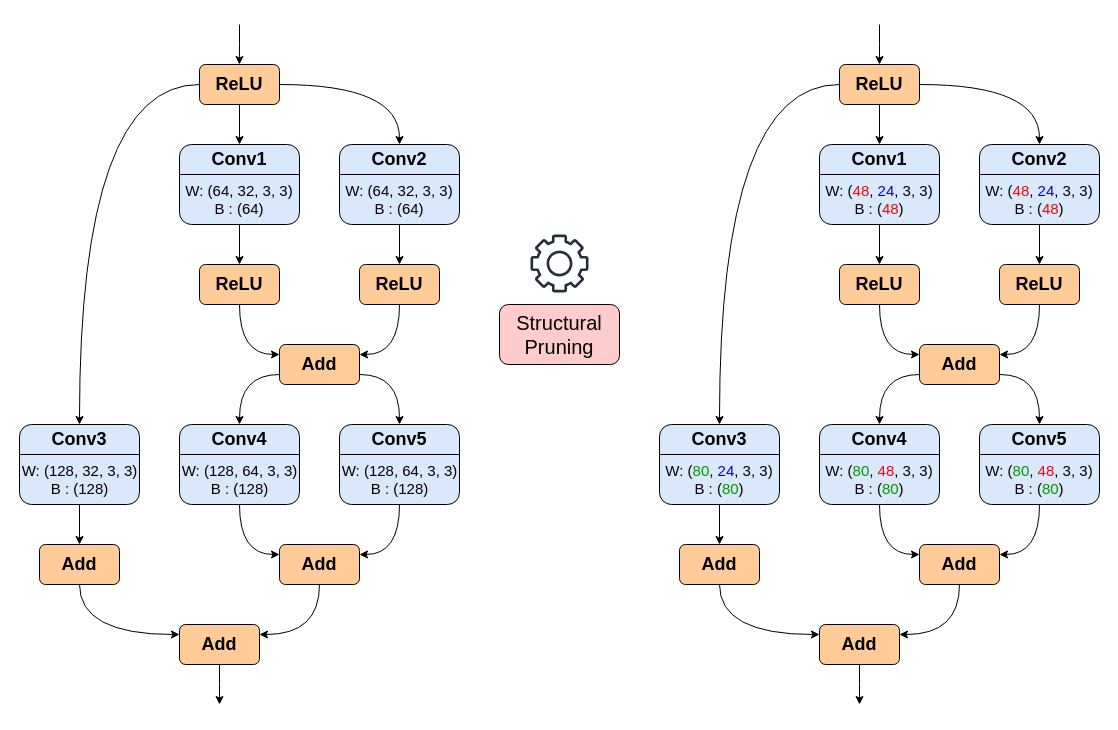
The draw.io diagram OTO.drawio in hoangtv2000/document-collection, before the edit. Source tidied: cells renumbered, new cells numbered last; positions are measured from the earlier drawing's top-left corner, leaving out a move shared by most shapes. Both pictures are drawn from the tidied source at 100%, with x=0, y=0 at pixel (17, 24).
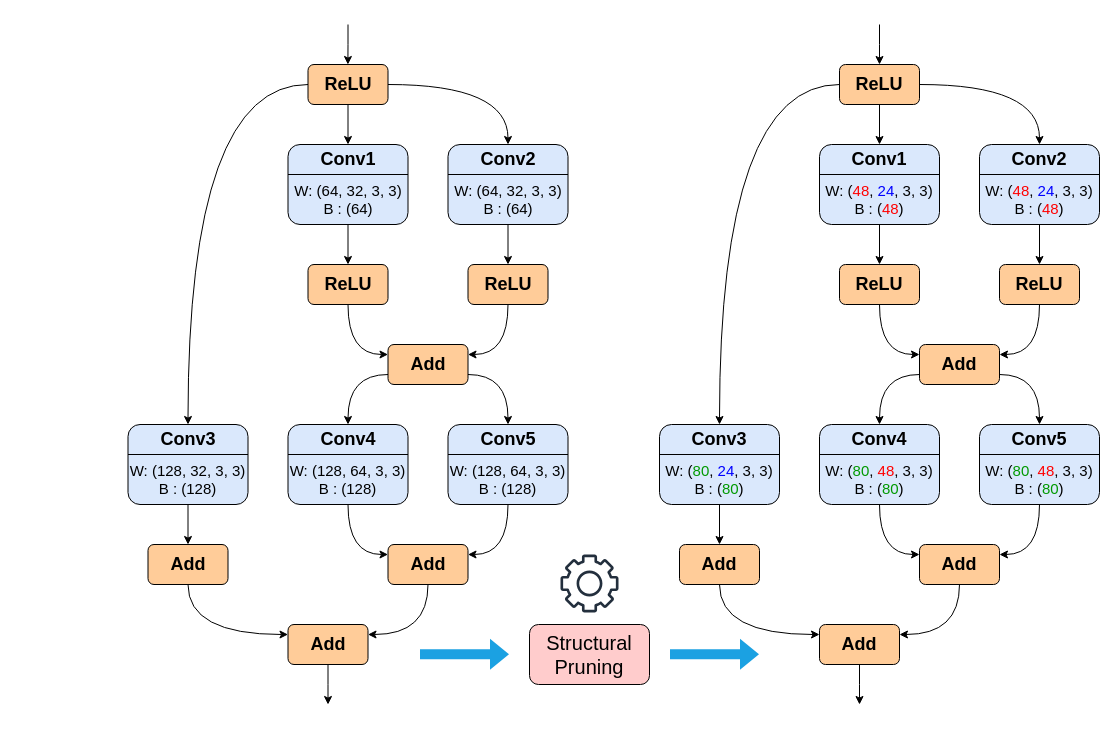
The same diagram, later.

The edit, as a diff of the source:
```diff
@@
     <mxCell id="5" value="&lt;b&gt;&lt;font style=&quot;font-size: 18px;&quot;&gt;ReLU&lt;/font&gt;&lt;/b&gt;" style="rounded=1;whiteSpace=wrap;html=1;fillColor=#ffcc99;strokeColor=default;" parent="1" vertex="1">
-      <mxGeometry x="182" y="40" width="80" height="40" as="geometry" />
+      <mxGeometry x="290.5" y="40" width="80" height="40" as="geometry" />
     </mxCell>
@@
     <mxCell id="7" value="&lt;font style=&quot;font-size: 18px;&quot;&gt;&lt;b&gt;Conv1&lt;/b&gt;&lt;/font&gt;" style="rounded=1;whiteSpace=wrap;html=1;labelPosition=center;verticalLabelPosition=middle;align=center;verticalAlign=top;spacing=0;fillColor=#dae8fc;strokeColor=default;" parent="1" vertex="1">
-      <mxGeometry x="162" y="120" width="120" height="80" as="geometry" />
+      <mxGeometry x="270.5" y="120" width="120" height="80" as="geometry" />
     </mxCell>
     <mxCell id="8" style="endArrow=none;html=1;rounded=0;exitX=0;exitY=0.25;exitDx=0;exitDy=0;entryX=1;entryY=0.25;entryDx=0;entryDy=0;" parent="1" edge="1">
       <mxGeometry relative="1" as="geometry">
-        <mxPoint x="162" y="150" as="sourcePoint" />
-        <mxPoint x="282" y="150" as="targetPoint" />
+        <mxPoint x="270.5" y="150" as="sourcePoint" />
+        <mxPoint x="390.5" y="150" as="targetPoint" />
       </mxGeometry>
     </mxCell>
     <mxCell id="9" value="&lt;font&gt;W: (64, 32, 3, 3)&lt;/font&gt;&lt;div&gt;&lt;font&gt;B : (64)&lt;/font&gt;&lt;/div&gt;" style="text;html=1;align=center;verticalAlign=middle;whiteSpace=wrap;rounded=0;fontSize=15;" parent="1" vertex="1">
-      <mxGeometry x="167" y="160" width="110" height="30" as="geometry" />
+      <mxGeometry x="275.5" y="160" width="110" height="30" as="geometry" />
     </mxCell>
@@
     <mxCell id="11" value="&lt;font style=&quot;font-size: 18px;&quot;&gt;&lt;b&gt;Conv2&lt;/b&gt;&lt;/font&gt;" style="rounded=1;whiteSpace=wrap;html=1;labelPosition=center;verticalLabelPosition=middle;align=center;verticalAlign=top;spacing=0;fillColor=#dae8fc;strokeColor=default;" parent="1" vertex="1">
-      <mxGeometry x="322" y="120" width="120" height="80" as="geometry" />
+      <mxGeometry x="430.5" y="120" width="120" height="80" as="geometry" />
     </mxCell>
     <mxCell id="12" style="endArrow=none;html=1;rounded=0;exitX=0;exitY=0.25;exitDx=0;exitDy=0;entryX=1;entryY=0.25;entryDx=0;entryDy=0;" parent="1" edge="1">
       <mxGeometry relative="1" as="geometry">
-        <mxPoint x="322" y="150" as="sourcePoint" />
-        <mxPoint x="442" y="150" as="targetPoint" />
+        <mxPoint x="430.5" y="150" as="sourcePoint" />
+        <mxPoint x="550.5" y="150" as="targetPoint" />
       </mxGeometry>
     </mxCell>
     <mxCell id="13" value="&lt;font&gt;W: (64, 32, 3, 3)&lt;/font&gt;&lt;div&gt;&lt;font&gt;B : (64)&lt;/font&gt;&lt;/div&gt;" style="text;html=1;align=center;verticalAlign=middle;whiteSpace=wrap;rounded=0;fontSize=15;" parent="1" vertex="1">
-      <mxGeometry x="327" y="160" width="110" height="30" as="geometry" />
+      <mxGeometry x="435.5" y="160" width="110" height="30" as="geometry" />
     </mxCell>
@@
     <mxCell id="15" value="&lt;font style=&quot;font-size: 18px;&quot;&gt;&lt;b&gt;Conv4&lt;/b&gt;&lt;/font&gt;" style="rounded=1;whiteSpace=wrap;html=1;labelPosition=center;verticalLabelPosition=middle;align=center;verticalAlign=top;spacing=0;fillColor=#dae8fc;strokeColor=default;" parent="1" vertex="1">
-      <mxGeometry x="162" y="400" width="120" height="80" as="geometry" />
+      <mxGeometry x="270.5" y="400" width="120" height="80" as="geometry" />
     </mxCell>
     <mxCell id="16" style="endArrow=none;html=1;rounded=0;exitX=0;exitY=0.25;exitDx=0;exitDy=0;entryX=1;entryY=0.25;entryDx=0;entryDy=0;" parent="1" edge="1">
       <mxGeometry relative="1" as="geometry">
-        <mxPoint x="162" y="430" as="sourcePoint" />
-        <mxPoint x="282" y="430" as="targetPoint" />
+        <mxPoint x="270.5" y="430" as="sourcePoint" />
+        <mxPoint x="390.5" y="430" as="targetPoint" />
       </mxGeometry>
     </mxCell>
     <mxCell id="17" value="&lt;font&gt;W: (128, 64, 3, 3)&lt;/font&gt;&lt;div&gt;&lt;font&gt;B : (128)&lt;/font&gt;&lt;/div&gt;" style="text;html=1;align=center;verticalAlign=middle;whiteSpace=wrap;rounded=0;fontSize=15;" parent="1" vertex="1">
-      <mxGeometry x="159.5" y="440" width="125" height="30" as="geometry" />
+      <mxGeometry x="268" y="440" width="125" height="30" as="geometry" />
     </mxCell>
@@
     <mxCell id="19" value="&lt;font style=&quot;font-size: 18px;&quot;&gt;&lt;b&gt;Conv5&lt;/b&gt;&lt;/font&gt;" style="rounded=1;whiteSpace=wrap;html=1;labelPosition=center;verticalLabelPosition=middle;align=center;verticalAlign=top;spacing=0;fillColor=#dae8fc;strokeColor=default;" parent="1" vertex="1">
-      <mxGeometry x="322" y="400" width="120" height="80" as="geometry" />
+      <mxGeometry x="430.5" y="400" width="120" height="80" as="geometry" />
     </mxCell>
     <mxCell id="20" style="endArrow=none;html=1;rounded=0;exitX=0;exitY=0.25;exitDx=0;exitDy=0;entryX=1;entryY=0.25;entryDx=0;entryDy=0;" parent="1" edge="1">
       <mxGeometry relative="1" as="geometry">
-        <mxPoint x="322" y="430" as="sourcePoint" />
-        <mxPoint x="442" y="430" as="targetPoint" />
+        <mxPoint x="430.5" y="430" as="sourcePoint" />
+        <mxPoint x="550.5" y="430" as="targetPoint" />
       </mxGeometry>
     </mxCell>
     <mxCell id="21" value="&lt;font&gt;W: (128, 64, 3, 3)&lt;/font&gt;&lt;div&gt;&lt;font&gt;B : (128)&lt;/font&gt;&lt;/div&gt;" style="text;html=1;align=center;verticalAlign=middle;whiteSpace=wrap;rounded=0;fontSize=15;" parent="1" vertex="1">
-      <mxGeometry x="319.5" y="440" width="125" height="30" as="geometry" />
+      <mxGeometry x="428" y="440" width="125" height="30" as="geometry" />
     </mxCell>
     <mxCell id="22" style="rounded=0;jettySize=auto;html=1;entryX=0;entryY=0.25;entryDx=0;entryDy=0;edgeStyle=orthogonalEdgeStyle;curved=1;" parent="1" edge="1" source="23" target="28">
       <mxGeometry relative="1" as="geometry">
         <Array as="points">
-          <mxPoint x="222" y="330" />
+          <mxPoint x="330.5" y="330" />
         </Array>
       </mxGeometry>
     </mxCell>
     <mxCell id="23" value="&lt;b&gt;&lt;font style=&quot;font-size: 18px;&quot;&gt;ReLU&lt;/font&gt;&lt;/b&gt;" style="rounded=1;whiteSpace=wrap;html=1;fillColor=#ffcc99;strokeColor=default;" parent="1" vertex="1">
-      <mxGeometry x="182" y="240" width="80" height="40" as="geometry" />
+      <mxGeometry x="290.5" y="240" width="80" height="40" as="geometry" />
     </mxCell>
     <mxCell id="24" style="edgeStyle=orthogonalEdgeStyle;rounded=0;jettySize=auto;html=1;entryX=1;entryY=0.25;entryDx=0;entryDy=0;curved=1;" parent="1" edge="1" source="25" target="28">
       <mxGeometry relative="1" as="geometry">
         <Array as="points">
-          <mxPoint x="382" y="330" />
+          <mxPoint x="490.5" y="330" />
         </Array>
       </mxGeometry>
     </mxCell>
     <mxCell id="25" value="&lt;b&gt;&lt;font style=&quot;font-size: 18px;&quot;&gt;ReLU&lt;/font&gt;&lt;/b&gt;" style="rounded=1;whiteSpace=wrap;html=1;fillColor=#ffcc99;strokeColor=default;" parent="1" vertex="1">
-      <mxGeometry x="342" y="240" width="80" height="40" as="geometry" />
+      <mxGeometry x="450.5" y="240" width="80" height="40" as="geometry" />
     </mxCell>
@@
     <mxCell id="28" value="&lt;b&gt;&lt;font style=&quot;font-size: 18px;&quot;&gt;Add&lt;/font&gt;&lt;/b&gt;" style="rounded=1;whiteSpace=wrap;html=1;fillColor=#ffcc99;strokeColor=default;" parent="1" vertex="1">
-      <mxGeometry x="262" y="320" width="80" height="40" as="geometry" />
+      <mxGeometry x="370.5" y="320" width="80" height="40" as="geometry" />
     </mxCell>
@@
     <mxCell id="31" value="&lt;font style=&quot;font-size: 18px;&quot;&gt;&lt;b&gt;Conv3&lt;/b&gt;&lt;/font&gt;" style="rounded=1;whiteSpace=wrap;html=1;labelPosition=center;verticalLabelPosition=middle;align=center;verticalAlign=top;spacing=0;fillColor=#dae8fc;strokeColor=default;" parent="1" vertex="1">
-      <mxGeometry x="2" y="400" width="120" height="80" as="geometry" />
+      <mxGeometry x="110.5" y="400" width="120" height="80" as="geometry" />
     </mxCell>
     <mxCell id="32" style="endArrow=none;html=1;rounded=0;exitX=0;exitY=0.25;exitDx=0;exitDy=0;entryX=1;entryY=0.25;entryDx=0;entryDy=0;" parent="1" edge="1">
       <mxGeometry relative="1" as="geometry">
-        <mxPoint x="2" y="430" as="sourcePoint" />
-        <mxPoint x="122" y="430" as="targetPoint" />
+        <mxPoint x="110.5" y="430" as="sourcePoint" />
+        <mxPoint x="230.5" y="430" as="targetPoint" />
       </mxGeometry>
     </mxCell>
     <mxCell id="33" value="&lt;font&gt;W: (128, 32, 3, 3)&lt;/font&gt;&lt;div&gt;&lt;font&gt;B : (128)&lt;/font&gt;&lt;/div&gt;" style="text;html=1;align=center;verticalAlign=middle;whiteSpace=wrap;rounded=0;fontSize=15;" parent="1" vertex="1">
-      <mxGeometry x="-0.5" y="440" width="125" height="30" as="geometry" />
+      <mxGeometry x="108" y="440" width="125" height="30" as="geometry" />
     </mxCell>
@@
     <mxCell id="35" value="&lt;b&gt;&lt;font style=&quot;font-size: 18px;&quot;&gt;Add&lt;/font&gt;&lt;/b&gt;" style="rounded=1;whiteSpace=wrap;html=1;fillColor=#ffcc99;strokeColor=default;" parent="1" vertex="1">
-      <mxGeometry x="262" y="520" width="80" height="40" as="geometry" />
+      <mxGeometry x="370.5" y="520" width="80" height="40" as="geometry" />
     </mxCell>
     <mxCell id="36" style="edgeStyle=orthogonalEdgeStyle;rounded=0;jettySize=auto;html=1;" parent="1" edge="1" source="37">
       <mxGeometry relative="1" as="geometry">
-        <mxPoint x="202" y="680" as="targetPoint" />
+        <mxPoint x="310.5" y="680" as="targetPoint" />
       </mxGeometry>
     </mxCell>
     <mxCell id="37" value="&lt;b&gt;&lt;font style=&quot;font-size: 18px;&quot;&gt;Add&lt;/font&gt;&lt;/b&gt;" style="rounded=1;whiteSpace=wrap;html=1;fillColor=#ffcc99;strokeColor=default;" parent="1" vertex="1">
-      <mxGeometry x="162" y="600" width="80" height="40" as="geometry" />
+      <mxGeometry x="270.5" y="600" width="80" height="40" as="geometry" />
     </mxCell>
     <mxCell id="38" style="edgeStyle=orthogonalEdgeStyle;rounded=0;orthogonalLoop=1;jettySize=auto;html=1;" parent="1" edge="1">
       <mxGeometry relative="1" as="geometry">
-        <mxPoint x="222" as="sourcePoint" />
-        <mxPoint x="221.9" y="40" as="targetPoint" />
+        <mxPoint x="330.5" as="sourcePoint" />
+        <mxPoint x="330.4" y="40" as="targetPoint" />
         <Array as="points">
-          <mxPoint x="221.9" y="20" />
+          <mxPoint x="330.4" y="20" />
         </Array>
       </mxGeometry>
     </mxCell>
     <mxCell id="39" value="&lt;b&gt;&lt;font style=&quot;font-size: 18px;&quot;&gt;Add&lt;/font&gt;&lt;/b&gt;" style="rounded=1;whiteSpace=wrap;html=1;fillColor=#ffcc99;strokeColor=default;" parent="1" vertex="1">
-      <mxGeometry x="22" y="520" width="80" height="40" as="geometry" />
+      <mxGeometry x="130.5" y="520" width="80" height="40" as="geometry" />
     </mxCell>
@@
     <mxCell id="79" value="&lt;font style=&quot;font-size: 20px;&quot;&gt;Structural Pruning&lt;/font&gt;" style="rounded=1;whiteSpace=wrap;html=1;align=center;fillColor=#ffcccc;strokeColor=default;" parent="1" vertex="1">
-      <mxGeometry x="482" y="280" width="120" height="60" as="geometry" />
+      <mxGeometry x="512" y="600" width="120" height="60" as="geometry" />
     </mxCell>
     <mxCell id="80" style="sketch=0;fontColor=#232F3E;gradientColor=none;fillColor=#232F3D;strokeColor=none;dashed=0;verticalLabelPosition=bottom;verticalAlign=top;align=center;html=1;fontSize=12;fontStyle=0;shape=mxgraph.aws4.gear;" parent="1" vertex="1">
-      <mxGeometry x="513" y="210" width="58" height="58" as="geometry" />
+      <mxGeometry x="543" y="530" width="58" height="58" as="geometry" />
     </mxCell>
+    <mxCell id="81" style="shape=flexArrow;endArrow=classic;html=1;rounded=0;fillColor=#1ba1e2;strokeColor=none;" parent="1" edge="1">
+      <mxGeometry relative="1" as="geometry">
+        <mxPoint x="402" y="629.7" as="sourcePoint" />
+        <mxPoint x="492" y="629.7" as="targetPoint" />
+      </mxGeometry>
+    </mxCell>
+    <mxCell id="82" style="shape=flexArrow;endArrow=classic;html=1;rounded=0;fillColor=#1ba1e2;strokeColor=none;" parent="1" edge="1">
+      <mxGeometry relative="1" as="geometry">
+        <mxPoint x="652" y="629.7" as="sourcePoint" />
+        <mxPoint x="742" y="629.7" as="targetPoint" />
+      </mxGeometry>
+    </mxCell>
```
